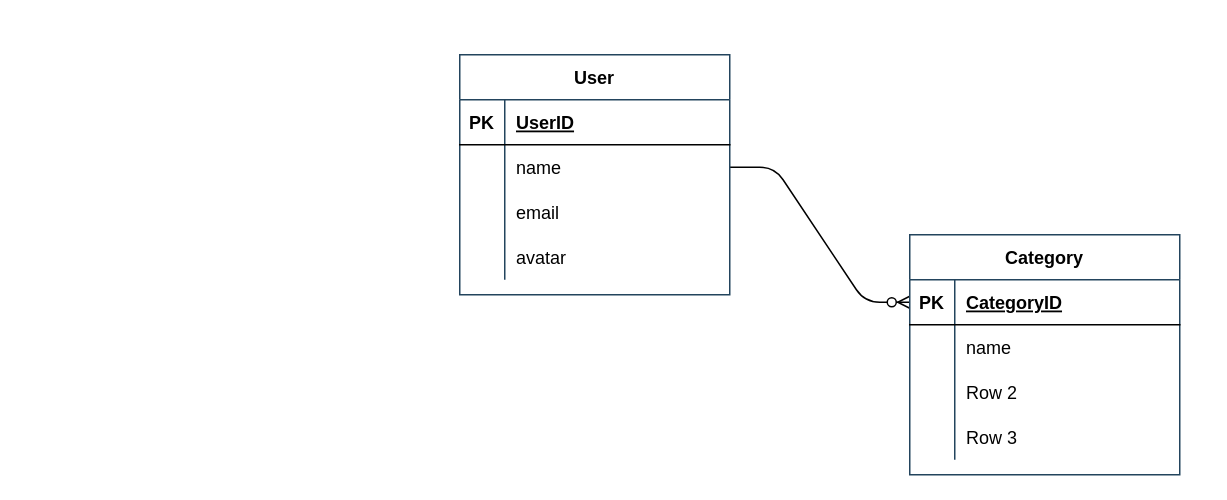
This is erd.drawio from fentybit/KnowItAll_backend, a draw.io file, before an edit. Source tidied: cells renumbered, new cells numbered last; positions are measured from the earlier drawing's top-left corner, leaving out a move shared by most shapes. Both pictures are drawn from the tidied source at 150%, with x=0, y=0 at pixel (459, 54).
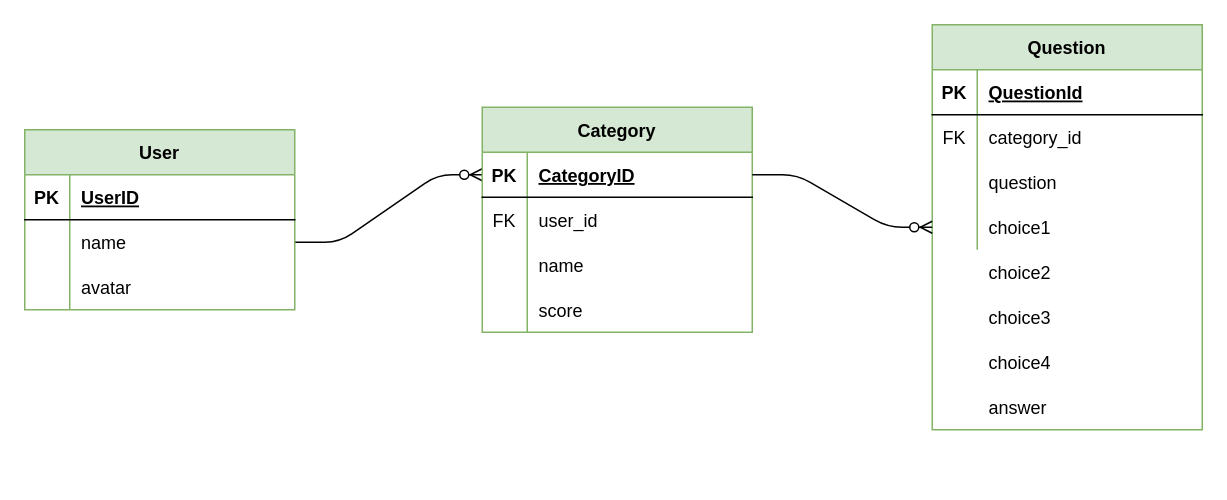
After the change.

Commit message (it also covers changes not shown here):
add third model Question and update associations relationships

Unchanged cells that the change refers to:
```xml
<mxCell id="10" style="shape=partialRectangle;fillColor=none;top=0;left=0;bottom=0;right=0;" parent="3" vertex="1">
  <mxGeometry y="90" width="180" height="30" as="geometry" />
</mxCell>
<mxCell id="17" style="shape=partialRectangle;fillColor=none;top=0;left=0;bottom=1;right=0;points=[[0,0.5],[1,0.5]];portConstraint=eastwest;" parent="16" vertex="1">
  <mxGeometry y="30" width="180" height="30" as="geometry" />
</mxCell>
<mxCell id="20" style="shape=partialRectangle;fillColor=none;top=0;left=0;bottom=0;right=0;" parent="16" vertex="1">
  <mxGeometry y="60" width="180" height="30" as="geometry" />
</mxCell>
<mxCell id="23" style="shape=partialRectangle;fillColor=none;top=0;left=0;bottom=0;right=0;" parent="16" vertex="1">
  <mxGeometry y="90" width="180" height="30" as="geometry" />
</mxCell>
<mxCell id="26" style="shape=partialRectangle;fillColor=none;top=0;left=0;bottom=0;right=0;" parent="16" vertex="1">
  <mxGeometry y="120" width="180" height="30" as="geometry" />
</mxCell>
```

What changed in the source:
```diff
@@
-    <mxCell id="3" value="User" style="shape=table;startSize=30;childLayout=tableLayout;rowLines=0;fontStyle=1;align=center;strokeColor=#23445D;" parent="1" vertex="1">
-      <mxGeometry width="180" height="160" as="geometry" />
+    <mxCell id="3" value="User" style="shape=table;startSize=30;childLayout=tableLayout;rowLines=0;fontStyle=1;align=center;strokeColor=#82b366;fillColor=#d5e8d4;" parent="1" vertex="1">
+      <mxGeometry x="-290" y="50" width="180" height="120" as="geometry" />
     </mxCell>
@@
-    <mxCell id="12" value="email" style="shape=partialRectangle;fillColor=none;top=0;left=0;bottom=0;right=0;align=left;spacingLeft=6;overflow=hidden;" parent="10" vertex="1">
+    <mxCell id="12" value="avatar" style="shape=partialRectangle;fillColor=none;top=0;left=0;bottom=0;right=0;align=left;spacingLeft=6;overflow=hidden;" parent="10" vertex="1">
       <mxGeometry x="30" width="150" height="30" as="geometry" />
     </mxCell>
-    <mxCell id="13" style="shape=partialRectangle;fillColor=none;top=0;left=0;bottom=0;right=0;points=[[0,0.5],[1,0.5]];portConstraint=eastwest;" parent="3" vertex="1">
-      <mxGeometry y="120" width="180" height="30" as="geometry" />
-    </mxCell>
-    <mxCell id="14" style="shape=partialRectangle;fillColor=none;top=0;left=0;bottom=0;right=0;overflow=hidden;" parent="13" vertex="1">
-      <mxGeometry width="30" height="30" as="geometry" />
-    </mxCell>
-    <mxCell id="15" value="avatar" style="shape=partialRectangle;fillColor=none;top=0;left=0;bottom=0;right=0;align=left;spacingLeft=6;overflow=hidden;" parent="13" vertex="1">
-      <mxGeometry x="30" width="150" height="30" as="geometry" />
-    </mxCell>
-    <mxCell id="16" value="Category" style="shape=table;startSize=30;childLayout=tableLayout;rowLines=0;fontStyle=1;align=center;strokeColor=#23445D;" parent="1" vertex="1">
-      <mxGeometry x="300" y="120" width="180" height="160" as="geometry" />
+    <mxCell id="16" value="Category" style="shape=table;startSize=30;childLayout=tableLayout;rowLines=0;fontStyle=1;align=center;strokeColor=#82b366;fillColor=#d5e8d4;" parent="1" vertex="1">
+      <mxGeometry x="15" y="35" width="180" height="150" as="geometry" />
     </mxCell>
@@
-    <mxCell id="21" style="shape=partialRectangle;fillColor=none;top=0;left=0;bottom=0;right=0;overflow=hidden;" parent="20" vertex="1">
+    <mxCell id="21" value="FK" style="shape=partialRectangle;fillColor=none;top=0;left=0;bottom=0;right=0;overflow=hidden;" parent="20" vertex="1">
       <mxGeometry width="30" height="30" as="geometry" />
     </mxCell>
-    <mxCell id="22" value="name" style="shape=partialRectangle;fillColor=none;top=0;left=0;bottom=0;right=0;align=left;spacingLeft=6;overflow=hidden;" parent="20" vertex="1">
+    <mxCell id="22" value="user_id" style="shape=partialRectangle;fillColor=none;top=0;left=0;bottom=0;right=0;align=left;spacingLeft=6;overflow=hidden;" parent="20" vertex="1">
       <mxGeometry x="30" width="150" height="30" as="geometry" />
     </mxCell>
@@
-    <mxCell id="25" value="Row 2" style="shape=partialRectangle;fillColor=none;top=0;left=0;bottom=0;right=0;align=left;spacingLeft=6;overflow=hidden;" parent="23" vertex="1">
+    <mxCell id="25" value="name" style="shape=partialRectangle;fillColor=none;top=0;left=0;bottom=0;right=0;align=left;spacingLeft=6;overflow=hidden;" parent="23" vertex="1">
       <mxGeometry x="30" width="150" height="30" as="geometry" />
     </mxCell>
@@
-    <mxCell id="28" value="Row 3" style="shape=partialRectangle;fillColor=none;top=0;left=0;bottom=0;right=0;align=left;spacingLeft=6;overflow=hidden;" parent="26" vertex="1">
+    <mxCell id="28" value="score" style="shape=partialRectangle;fillColor=none;top=0;left=0;bottom=0;right=0;align=left;spacingLeft=6;overflow=hidden;" parent="26" vertex="1">
       <mxGeometry x="30" width="150" height="30" as="geometry" />
     </mxCell>
+    <mxCell id="29" value="Question" style="shape=table;startSize=30;childLayout=tableLayout;rowLines=0;fontStyle=1;align=center;strokeColor=#82b366;fillColor=#d5e8d4;" parent="1" vertex="1">
+      <mxGeometry x="315" y="-20" width="180" height="270" as="geometry" />
+    </mxCell>
+    <mxCell id="30" style="shape=partialRectangle;fillColor=none;top=0;left=0;bottom=1;right=0;" parent="29" vertex="1">
+      <mxGeometry y="30" width="180" height="30" as="geometry" />
+    </mxCell>
+    <mxCell id="31" value="PK" style="shape=partialRectangle;fillColor=none;top=0;left=0;bottom=0;right=0;fontStyle=1;overflow=hidden;" parent="30" vertex="1">
+      <mxGeometry width="30" height="30" as="geometry" />
+    </mxCell>
+    <mxCell id="32" value="QuestionId" style="shape=partialRectangle;fillColor=none;top=0;left=0;bottom=0;right=0;align=left;spacingLeft=6;fontStyle=5;overflow=hidden;" parent="30" vertex="1">
+      <mxGeometry x="30" width="150" height="30" as="geometry" />
+    </mxCell>
+    <mxCell id="33" style="shape=partialRectangle;fillColor=none;top=0;left=0;bottom=0;right=0;" parent="29" vertex="1">
+      <mxGeometry y="60" width="180" height="30" as="geometry" />
+    </mxCell>
+    <mxCell id="34" value="FK" style="shape=partialRectangle;fillColor=none;top=0;left=0;bottom=0;right=0;overflow=hidden;" parent="33" vertex="1">
+      <mxGeometry width="30" height="30" as="geometry" />
+    </mxCell>
+    <mxCell id="35" value="category_id" style="shape=partialRectangle;fillColor=none;top=0;left=0;bottom=0;right=0;align=left;spacingLeft=6;overflow=hidden;" parent="33" vertex="1">
+      <mxGeometry x="30" width="150" height="30" as="geometry" />
+    </mxCell>
+    <mxCell id="36" style="shape=partialRectangle;fillColor=none;top=0;left=0;bottom=0;right=0;" parent="29" vertex="1">
+      <mxGeometry y="90" width="180" height="30" as="geometry" />
+    </mxCell>
+    <mxCell id="37" style="shape=partialRectangle;fillColor=none;top=0;left=0;bottom=0;right=0;overflow=hidden;" parent="36" vertex="1">
+      <mxGeometry width="30" height="30" as="geometry" />
+    </mxCell>
+    <mxCell id="38" value="question" style="shape=partialRectangle;fillColor=none;top=0;left=0;bottom=0;right=0;align=left;spacingLeft=6;overflow=hidden;" parent="36" vertex="1">
+      <mxGeometry x="30" width="150" height="30" as="geometry" />
+    </mxCell>
+    <mxCell id="13" style="shape=partialRectangle;fillColor=none;top=0;left=0;bottom=0;right=0;points=[[0,0.5],[1,0.5]];portConstraint=eastwest;" parent="29" vertex="1">
+      <mxGeometry y="120" width="180" height="30" as="geometry" />
+    </mxCell>
+    <mxCell id="39" style="shape=partialRectangle;fillColor=none;top=0;left=0;bottom=0;right=0;overflow=hidden;" parent="13" vertex="1">
+      <mxGeometry width="30" height="30" as="geometry" />
+    </mxCell>
+    <mxCell id="40" value="choice1" style="shape=partialRectangle;fillColor=none;top=0;left=0;bottom=0;right=0;align=left;spacingLeft=6;overflow=hidden;" parent="13" vertex="1">
+      <mxGeometry x="30" width="150" height="30" as="geometry" />
+    </mxCell>
+    <mxCell id="41" value="choice2" style="shape=partialRectangle;fillColor=none;top=0;left=0;bottom=0;right=0;align=left;spacingLeft=6;overflow=hidden;" parent="1" vertex="1">
+      <mxGeometry x="345" y="130" width="150" height="30" as="geometry" />
+    </mxCell>
+    <mxCell id="42" value="choice3" style="shape=partialRectangle;fillColor=none;top=0;left=0;bottom=0;right=0;align=left;spacingLeft=6;overflow=hidden;" parent="1" vertex="1">
+      <mxGeometry x="345" y="160" width="150" height="30" as="geometry" />
+    </mxCell>
+    <mxCell id="43" value="choice4" style="shape=partialRectangle;fillColor=none;top=0;left=0;bottom=0;right=0;align=left;spacingLeft=6;overflow=hidden;" parent="1" vertex="1">
+      <mxGeometry x="345" y="190" width="150" height="30" as="geometry" />
+    </mxCell>
+    <mxCell id="44" value="answer" style="shape=partialRectangle;fillColor=none;top=0;left=0;bottom=0;right=0;align=left;spacingLeft=6;overflow=hidden;" parent="1" vertex="1">
+      <mxGeometry x="345" y="220" width="150" height="30" as="geometry" />
+    </mxCell>
+    <mxCell id="45" style="edgeStyle=entityRelationEdgeStyle;fontSize=12;html=1;endArrow=ERzeroToMany;endFill=1;exitX=1;exitY=0.5;exitDx=0;exitDy=0;entryX=0;entryY=0.5;entryDx=0;entryDy=0;" parent="1" edge="1" source="17" target="13">
+      <mxGeometry relative="1" as="geometry" />
+    </mxCell>
```
